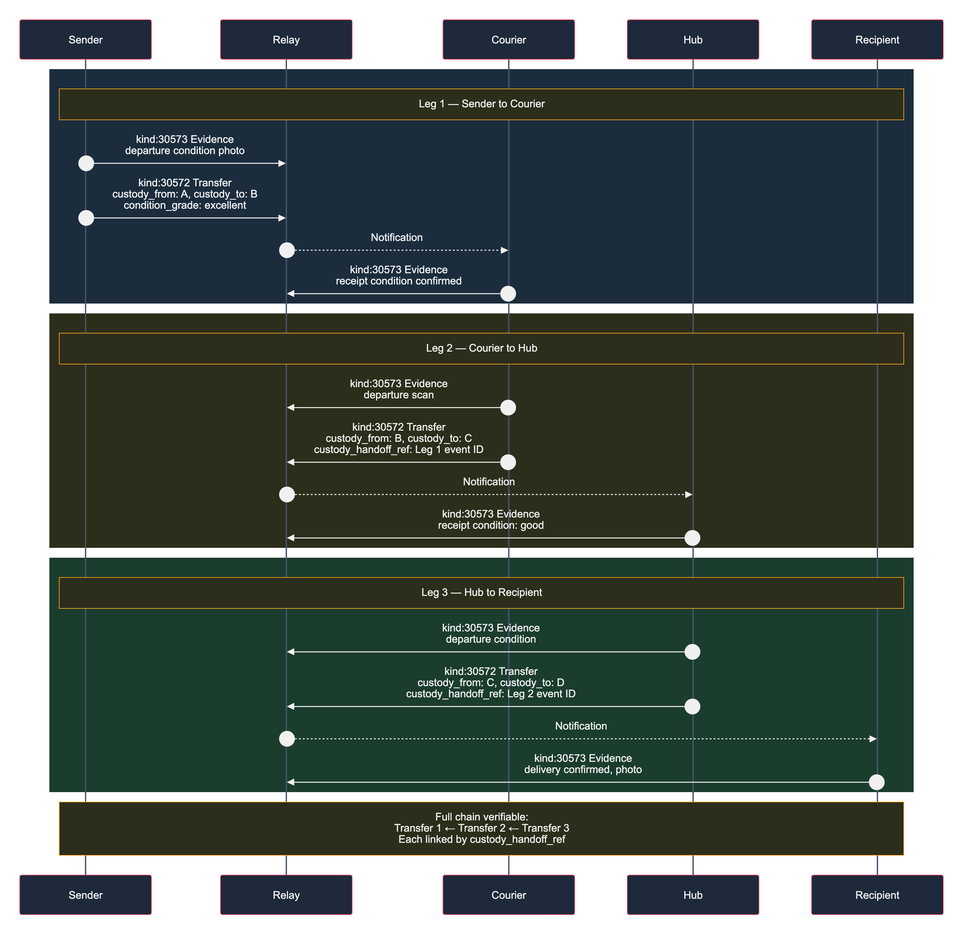
This is images/custody-1-multi-leg-chain.png from forgesworn/nip-drafts, a Mermaid export, as it was before one commit. Its source is kept beside it as images/custody-1-multi-leg-chain.mmd. The source it was exported from:
```mermaid
sequenceDiagram
    autonumber
    participant A as Sender
    participant R as Relay
    participant B as Courier
    participant C as Hub
    participant D as Recipient

    rect rgb(27, 45, 61)
        Note over A,D: Leg 1 — Sender to Courier
        A->>R: kind:30573 Evidence<br/>departure condition photo
        A->>R: kind:30572 Transfer<br/>custody_from: A, custody_to: B<br/>condition_grade: excellent
        R-->>B: Notification
        B->>R: kind:30573 Evidence<br/>receipt condition confirmed
    end

    rect rgb(45, 45, 27)
        Note over A,D: Leg 2 — Courier to Hub
        B->>R: kind:30573 Evidence<br/>departure scan
        B->>R: kind:30572 Transfer<br/>custody_from: B, custody_to: C<br/>custody_handoff_ref: Leg 1 event ID
        R-->>C: Notification
        C->>R: kind:30573 Evidence<br/>receipt condition: good
    end

    rect rgb(27, 61, 45)
        Note over A,D: Leg 3 — Hub to Recipient
        C->>R: kind:30573 Evidence<br/>departure condition
        C->>R: kind:30572 Transfer<br/>custody_from: C, custody_to: D<br/>custody_handoff_ref: Leg 2 event ID
        R-->>D: Notification
        D->>R: kind:30573 Evidence<br/>delivery confirmed, photo
    end

    Note over A,D: Full chain verifiable:<br/>Transfer 1 ← Transfer 2 ← Transfer 3<br/>Each linked by custody_handoff_ref
```
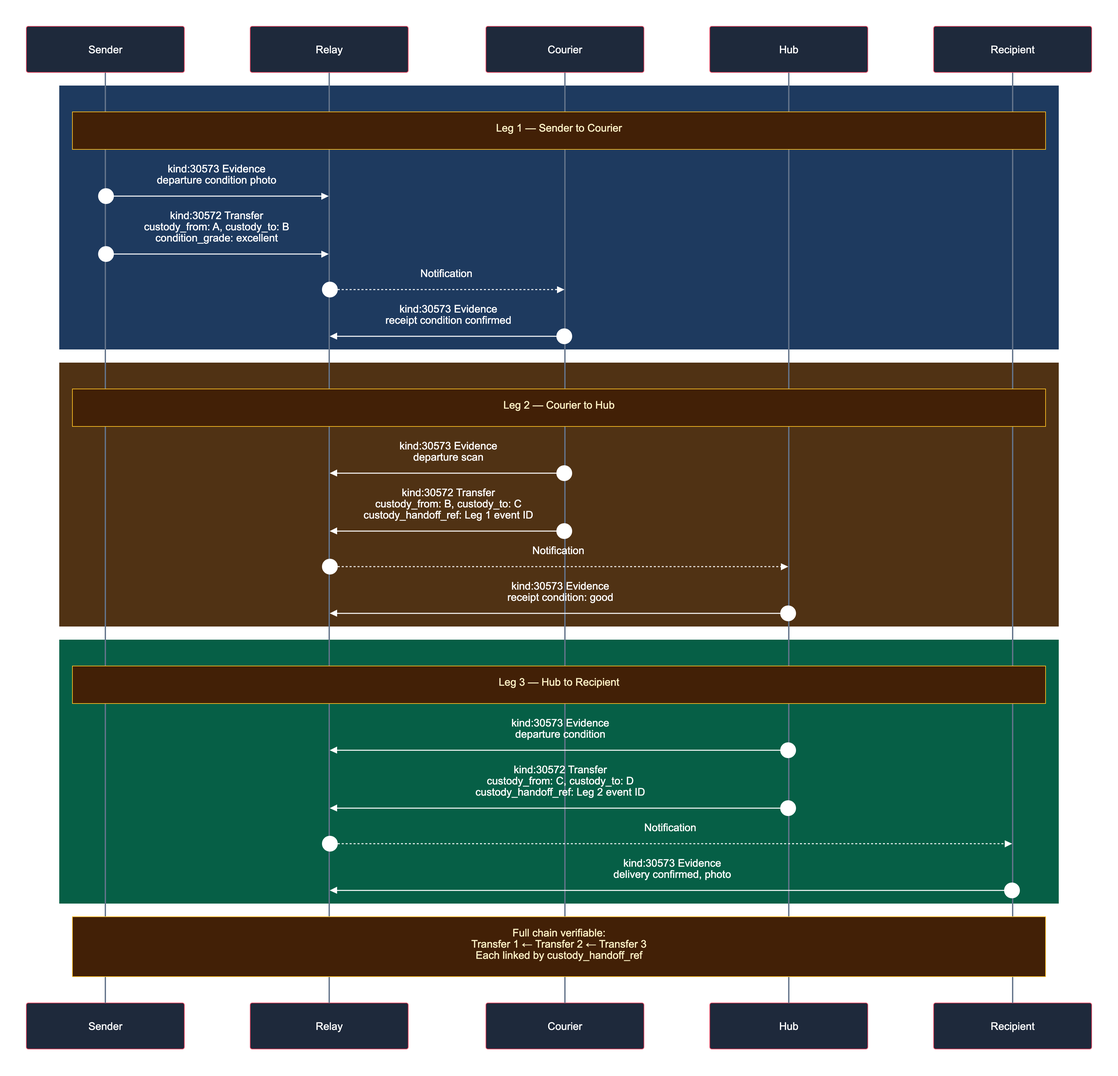
Later version of the same file.

What changed in the source:
```diff
@@ -6,7 +6,7 @@
     participant C as Hub
     participant D as Recipient
 
-    rect rgb(27, 45, 61)
+    rect rgb(30, 58, 95)
         Note over A,D: Leg 1 — Sender to Courier
         A->>R: kind:30573 Evidence<br/>departure condition photo
         A->>R: kind:30572 Transfer<br/>custody_from: A, custody_to: B<br/>condition_grade: excellent
@@ -14,7 +14,7 @@
         B->>R: kind:30573 Evidence<br/>receipt condition confirmed
     end
 
-    rect rgb(45, 45, 27)
+    rect rgb(80, 50, 20)
         Note over A,D: Leg 2 — Courier to Hub
         B->>R: kind:30573 Evidence<br/>departure scan
         B->>R: kind:30572 Transfer<br/>custody_from: B, custody_to: C<br/>custody_handoff_ref: Leg 1 event ID
@@ -22,7 +22,7 @@
         C->>R: kind:30573 Evidence<br/>receipt condition: good
     end
 
-    rect rgb(27, 61, 45)
+    rect rgb(6, 95, 70)
         Note over A,D: Leg 3 — Hub to Recipient
         C->>R: kind:30573 Evidence<br/>departure condition
         C->>R: kind:30572 Transfer<br/>custody_from: C, custody_to: D<br/>custody_handoff_ref: Leg 2 event ID
```
